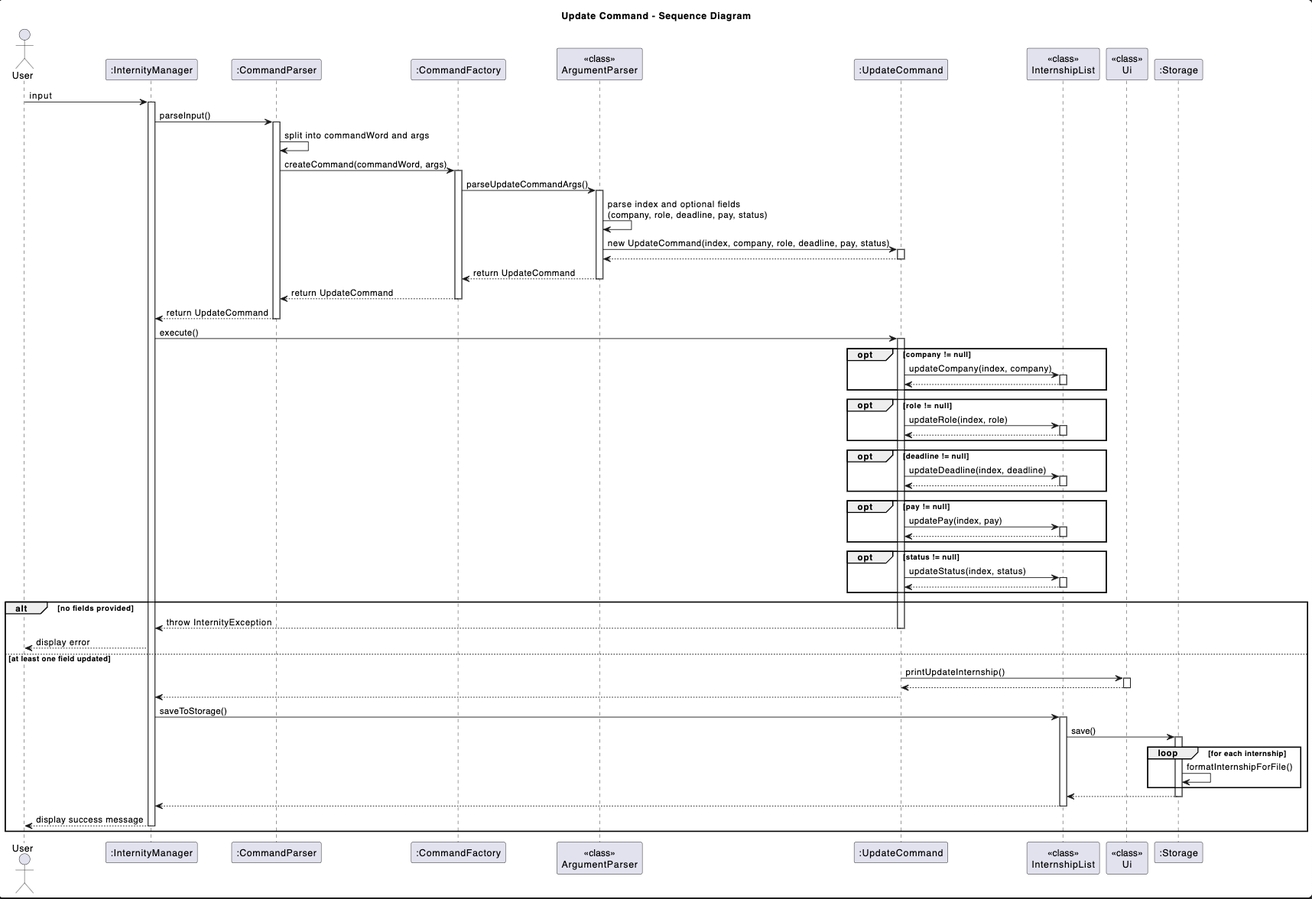
Earlier version of the PlantUML export docs/diagrams/UpdateCommandSD.png (AY2526S1-CS2113-W14-4/tp). Its source is kept beside it as docs/diagrams/UpdateCommandSD.puml.
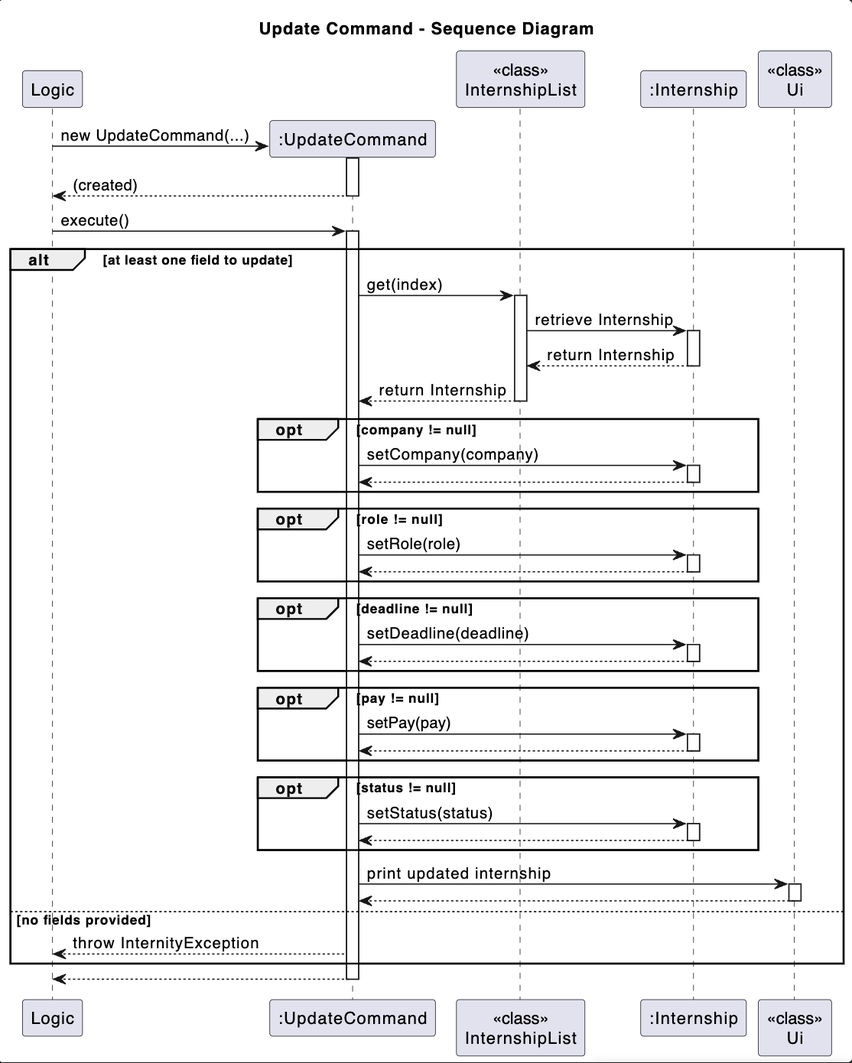
Above is the later version.

Commit message:
Update updateCommand Sequence diagram

The edit, as a diff of the source:
```diff
@@ -1,111 +1,73 @@
 @startuml
 title Update Command - Sequence Diagram
 
-actor User
-participant ":InternityManager" as IM
-participant ":CommandParser" as CP
-participant ":CommandFactory" as CF
-participant "<<class>>\nArgumentParser" as AP
-participant ":UpdateCommand" as UC
+participant Logic
+create ":UpdateCommand" as UC
 participant "<<class>>\nInternshipList" as IL
-participant "<<class>>\nUi" as UI
-participant ":Storage" as S
+participant ":Internship" as IN
+participant "<<class>>\nUi" as Ui
 
-User -> IM: input
-activate IM
+Logic -> UC**: new UpdateCommand(...)
+activate UC
+return (created)
 
-IM -> CP: parseInput()
-activate CP
-CP -> CP: split into commandWord and args
-
-CP -> CF: createCommand(commandWord, args)
-activate CF
-
-CF -> AP: parseUpdateCommandArgs()
-activate AP
-AP -> AP: parse index and optional fields\n(company, role, deadline, pay, status)
-
-AP -> UC: new UpdateCommand(index, company, role, deadline, pay, status)
-activate UC
-UC --> AP
-deactivate UC
-
-AP --> CF: return UpdateCommand
-deactivate AP
-
-CF --> CP: return UpdateCommand
-deactivate CF
-
-CP --> IM: return UpdateCommand
-deactivate CP
-
-IM -> UC: execute()
+Logic -> UC: execute()
 activate UC
 
-opt company != null
-  UC -> IL: updateCompany(index, company)
-  activate IL
-  IL --> UC
-  deactivate IL
+alt at least one field to update
+    UC -> IL: get(index)
+    activate IL
+    IL -> IN: retrieve Internship
+    activate IN
+    return return Internship
+    deactivate IN
+    IL --> UC : return Internship
+    deactivate IL
+
+    opt company != null
+        UC -> IN: setCompany(company)
+        activate IN
+        IN --> UC
+        deactivate IN
+    end
+
+    opt role != null
+        UC -> IN: setRole(role)
+        activate IN
+        IN --> UC
+        deactivate IN
+    end
+
+    opt deadline != null
+        UC -> IN: setDeadline(deadline)
+        activate IN
+        IN --> UC
+        deactivate IN
+    end
+
+    opt pay != null
+        UC -> IN: setPay(pay)
+        activate IN
+        IN --> UC
+        deactivate IN
+    end
+
+    opt status != null
+        UC -> IN: setStatus(status)
+        activate IN
+        IN --> UC
+        deactivate IN
+    end
+
+    UC -> Ui: print updated internship
+    activate Ui
+    Ui --> UC
+    deactivate Ui
+
+else no fields provided
+    UC --> Logic: throw InternityException
 end
 
-opt role != null
-  UC -> IL: updateRole(index, role)
-  activate IL
-  IL --> UC
-  deactivate IL
-end
-
-opt deadline != null
-  UC -> IL: updateDeadline(index, deadline)
-  activate IL
-  IL --> UC
-  deactivate IL
-end
-
-opt pay != null
-  UC -> IL: updatePay(index, pay)
-  activate IL
-  IL --> UC
-  deactivate IL
-end
-
-opt status != null
-  UC -> IL: updateStatus(index, status)
-  activate IL
-  IL --> UC
-  deactivate IL
-end
-
-alt no fields provided
-  UC --> IM: throw InternityException
-  deactivate UC
-  IM --> User: display error
-else at least one field updated
-  UC -> UI: printUpdateInternship()
-  activate UI
-  UI --> UC
-  deactivate UI
-
-  UC --> IM
-  deactivate UC
-
-  IM -> IL: saveToStorage()
-  activate IL
-
-  IL -> S: save()
-  activate S
-  loop for each internship
-    S -> S: formatInternshipForFile()
-  end
-  S --> IL
-  deactivate S
-
-  IL --> IM
-  deactivate IL
-
-  IM --> User: display success message
-  deactivate IM
-end
-
+UC --> Logic
+deactivate UC
 @enduml
```
